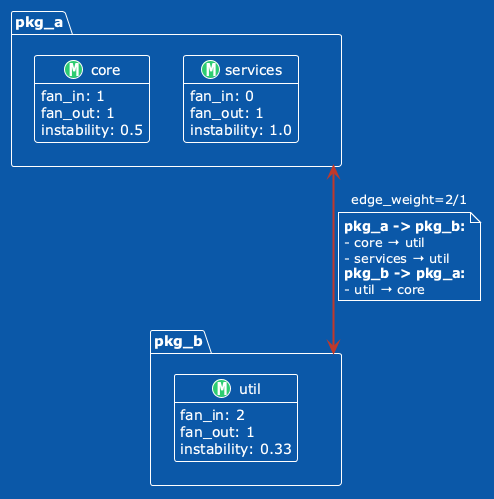
Before: docs/images/metrics.png, a diagram exported from PlantUML (nkhitrov/arch-blueprint).
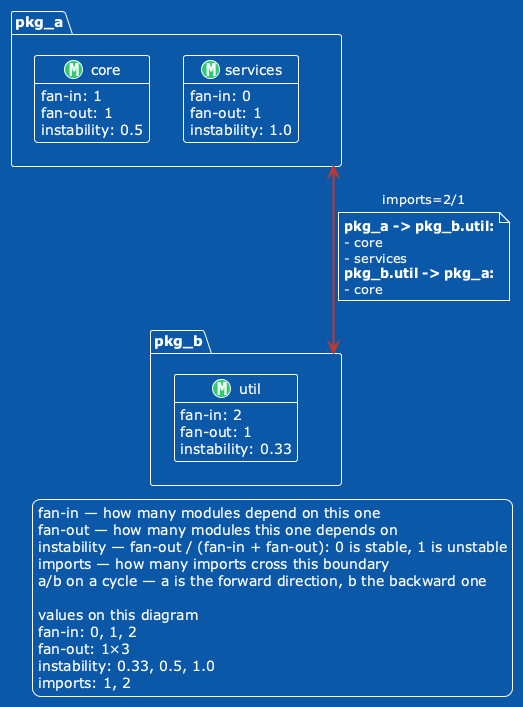
After the change.

Change to the diagram source:
```diff
@@ -6,30 +6,44 @@
 
 package pkg_a {
   class pkg_a.core <<(M, #2ECC71)>> {
-    fan_in: 1
-    fan_out: 1
+    fan-in: 1
+    fan-out: 1
     instability: 0.5
   }
   class pkg_a.services <<(M, #2ECC71)>> {
-    fan_in: 0
-    fan_out: 1
+    fan-in: 0
+    fan-out: 1
     instability: 1.0
   }
 }
 package pkg_b {
   class pkg_b.util <<(M, #2ECC71)>> {
-    fan_in: 2
-    fan_out: 1
+    fan-in: 2
+    fan-out: 1
     instability: 0.33
   }
 }
 
-pkg_a <-[#C0392B,bold]-> pkg_b : edge_weight=2/1
+pkg_a <-[#C0392B,bold]-> pkg_b : imports=2/1
 note on link
-  **pkg_a -> pkg_b:**
-  - core → util
-  - services → util
-  **pkg_b -> pkg_a:**
-  - util → core
+  **pkg_a -> pkg_b.util:**
+  - core
+  - services
+  **pkg_b.util -> pkg_a:**
+  - core
 end note
+legend right
+  fan-in — how many modules depend on this one
+  fan-out — how many modules this one depends on
+  instability — fan-out / (fan-in + fan-out): 0 is stable, 1 is unstable
+  imports — how many imports cross this boundary
+  a/b on a cycle — a is the forward direction, b the backward one
+
+  values on this diagram
+  fan-in: 0, 1, 2
+  fan-out: 1×3
+  instability: 0.33, 0.5, 1.0
+  imports: 1, 2
+endlegend
+
 @enduml
```
